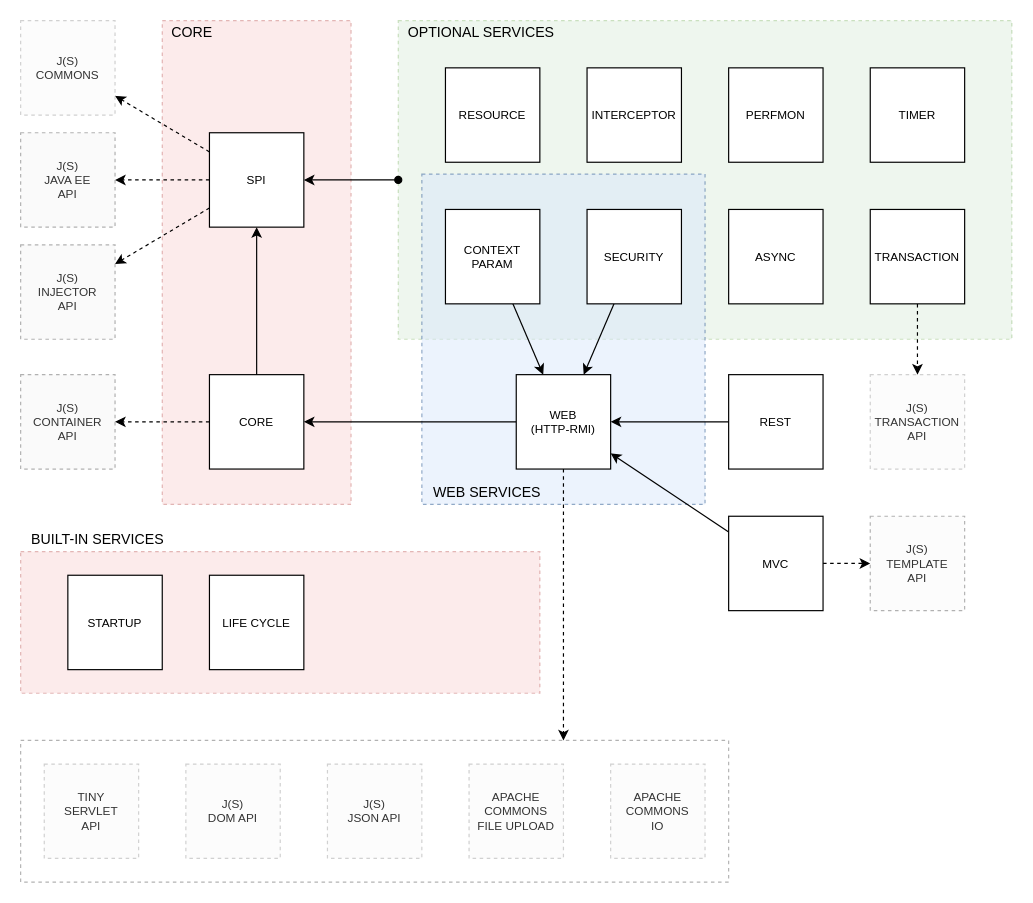
Before: page "Container Architecture" (5 of 14) of docs/container.drawio in js-lib-com/tiny-container, a draw.io diagram. Source tidied: cells renumbered, new cells numbered last; positions are measured from the earlier drawing's top-left corner, leaving out a move shared by most shapes. Both pictures are drawn from the tidied source at 118%, with x=0, y=0 at pixel (20, 20).
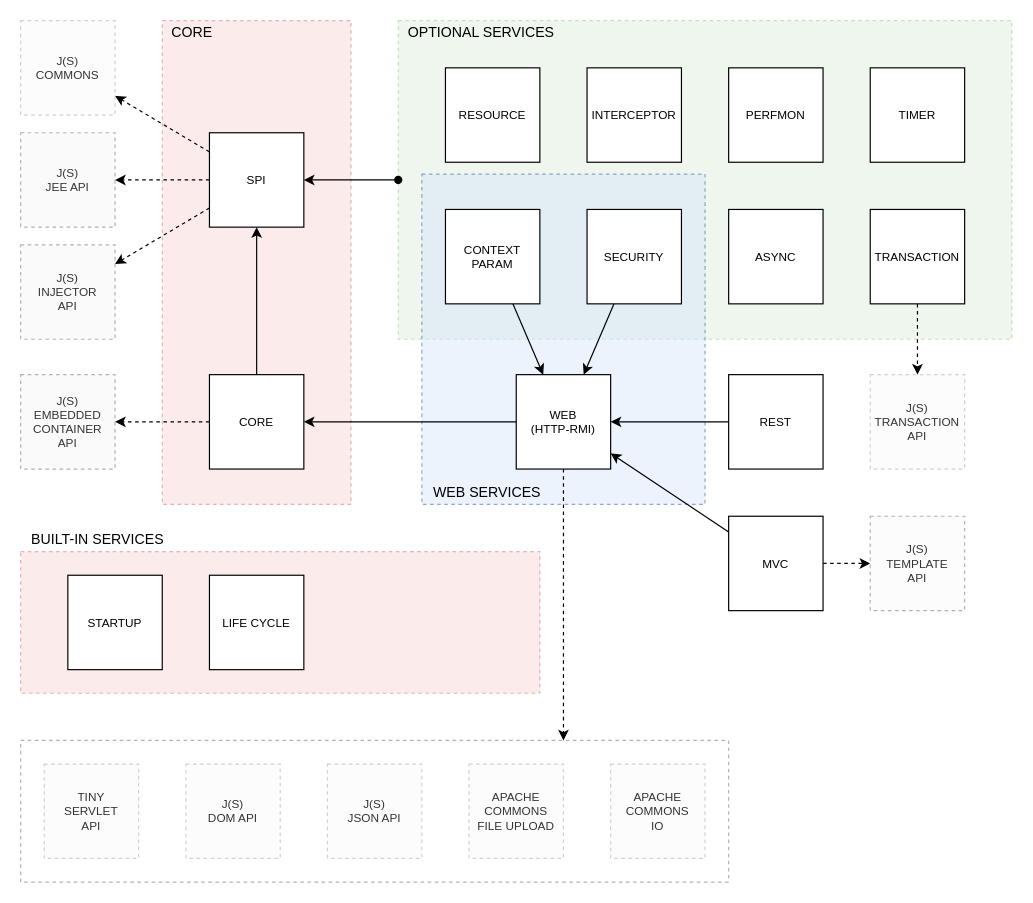
Above is the later version.

Change to the diagram source:
```diff
@@
-    <mxCell id="31" value="J(S)&lt;br&gt;JAVA EE&lt;br&gt;API" style="whiteSpace=wrap;html=1;fontSize=10;fillColor=#f5f5f5;strokeColor=#666666;fontColor=#333333;opacity=50;dashed=1;" parent="1" vertex="1">
+    <mxCell id="31" value="J(S)&lt;br&gt;JEE API" style="whiteSpace=wrap;html=1;fontSize=10;fillColor=#f5f5f5;strokeColor=#666666;fontColor=#333333;opacity=50;dashed=1;" parent="1" vertex="1">
       <mxGeometry y="95" width="80" height="80" as="geometry" />
     </mxCell>
@@
-    <mxCell id="47" value="J(S)&lt;br&gt;CONTAINER&lt;br&gt;API" style="whiteSpace=wrap;html=1;fontSize=10;fillColor=#f5f5f5;strokeColor=#666666;fontColor=#333333;opacity=50;dashed=1;" parent="1" vertex="1">
+    <mxCell id="47" value="J(S)&lt;br&gt;EMBEDDED&lt;br&gt;CONTAINER&lt;br&gt;API" style="whiteSpace=wrap;html=1;fontSize=10;fillColor=#f5f5f5;strokeColor=#666666;fontColor=#333333;opacity=50;dashed=1;" parent="1" vertex="1">
       <mxGeometry y="300" width="80" height="80" as="geometry" />
     </mxCell>
```
